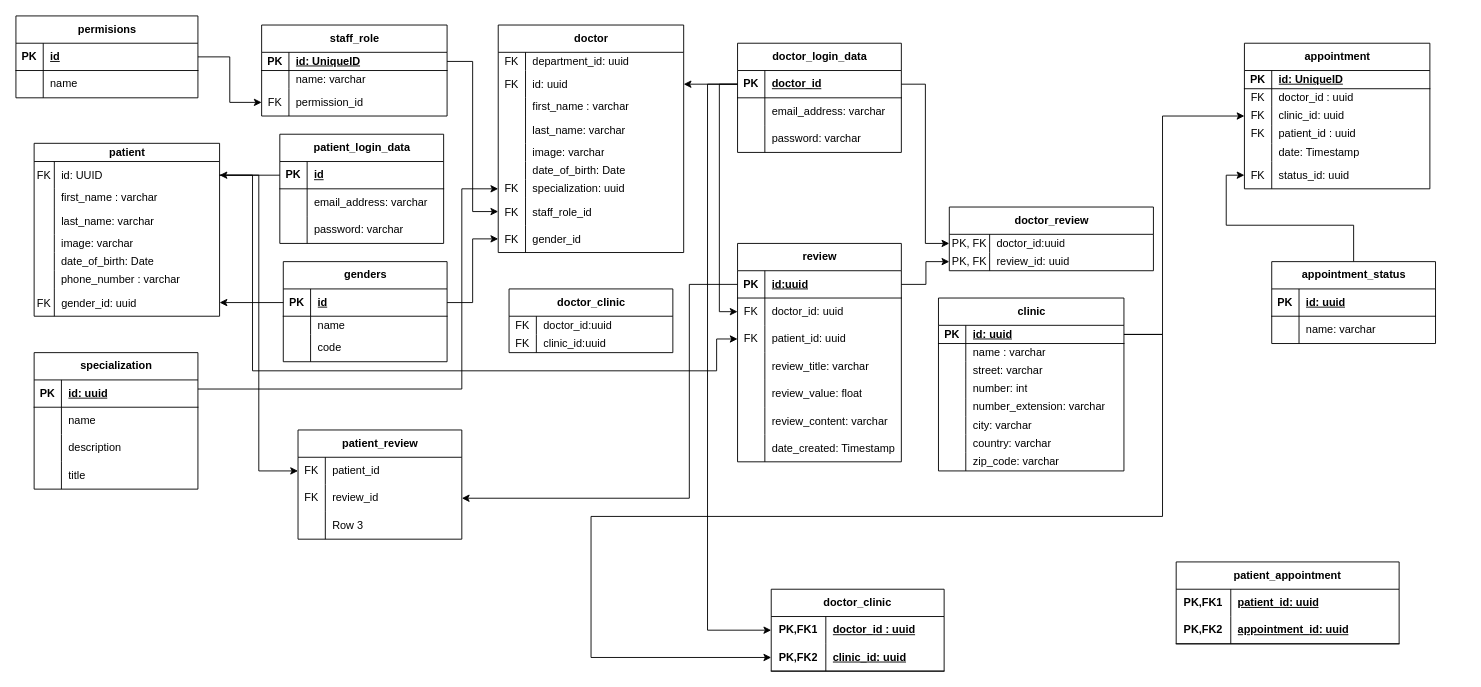
The draw.io diagram page "Page-1" (1 of 2) of SaudeAll_Database_new.drawio in Alexposh/SaudeAll, before the edit. Source tidied: cells renumbered, new cells numbered last; positions are measured from the earlier drawing's top-left corner, leaving out a move shared by most shapes. Both pictures are drawn from the tidied source at 91%, with x=0, y=0 at pixel (15, 15).
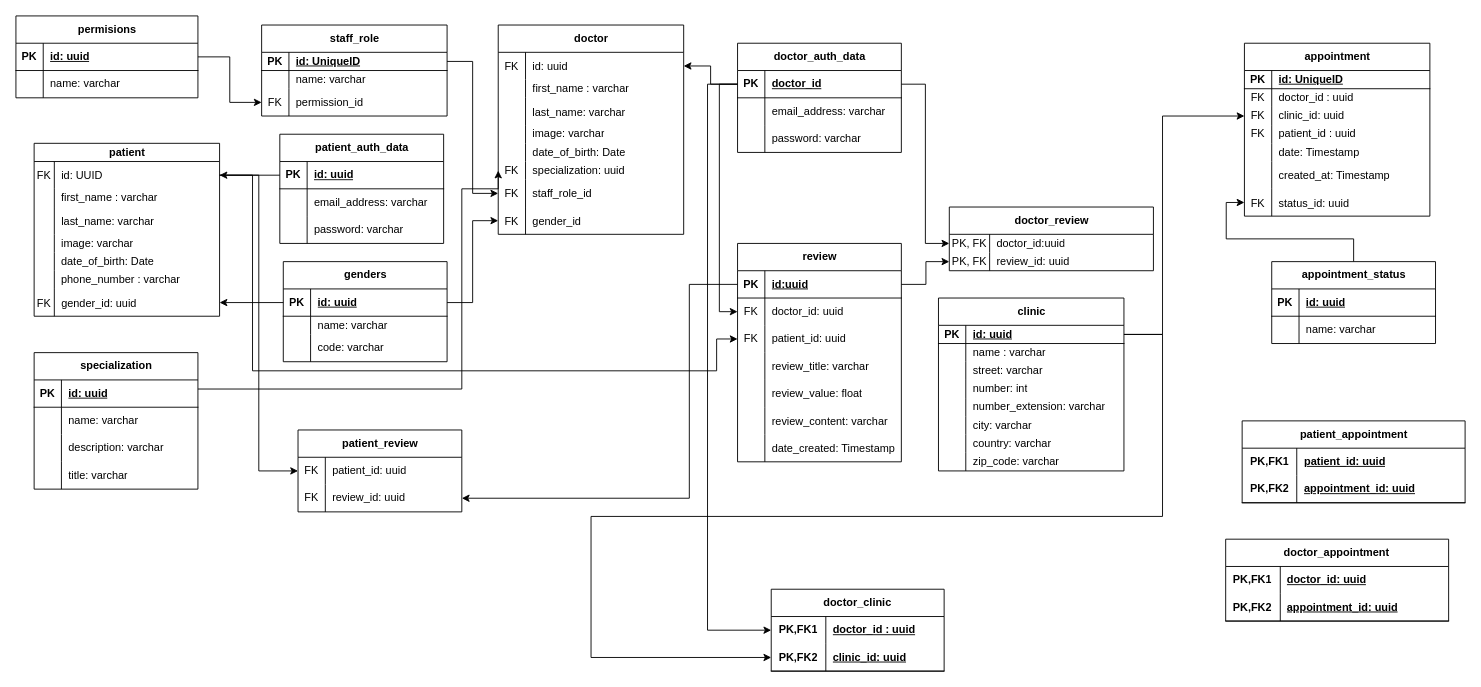
The same diagram, later.

Commit message:
database restructure

The change refers to these unchanged cells:
```xml
<mxCell id="94" style="shape=tableRow;horizontal=0;startSize=0;swimlaneHead=0;swimlaneBody=0;fillColor=none;points=[[0,0.5],[1,0.5]];portConstraint=eastwest;top=0;left=0;right=0;bottom=1;" parent="93" vertex="1">
  <mxGeometry y="30" width="200" height="30" as="geometry" />
</mxCell>
<mxCell id="97" style="shape=tableRow;horizontal=0;startSize=0;swimlaneHead=0;swimlaneBody=0;fillColor=none;top=0;left=0;right=0;bottom=0;" parent="93" vertex="1">
  <mxGeometry y="60" width="200" height="30" as="geometry" />
</mxCell>
<mxCell id="101" style="shape=tableRow;horizontal=0;startSize=0;swimlaneHead=0;swimlaneBody=0;fillColor=none;points=[[0,0.5],[1,0.5]];portConstraint=eastwest;top=0;left=0;right=0;bottom=1;" parent="100" vertex="1">
  <mxGeometry y="30" width="180" height="30" as="geometry" />
</mxCell>
<mxCell id="134" style="shape=tableRow;horizontal=0;startSize=0;swimlaneHead=0;swimlaneBody=0;fillColor=none;points=[[0,0.5],[1,0.5]];portConstraint=eastwest;top=0;left=0;right=0;bottom=1;" parent="133" vertex="1">
  <mxGeometry y="30" width="180" height="30" as="geometry" />
</mxCell>
<mxCell id="137" style="shape=tableRow;horizontal=0;startSize=0;swimlaneHead=0;swimlaneBody=0;fillColor=none;top=0;left=0;right=0;bottom=0;" parent="133" vertex="1">
  <mxGeometry y="60" width="180" height="20" as="geometry" />
</mxCell>
<mxCell id="140" style="shape=tableRow;horizontal=0;startSize=0;swimlaneHead=0;swimlaneBody=0;fillColor=none;top=0;left=0;right=0;bottom=0;" parent="133" vertex="1">
  <mxGeometry y="80" width="180" height="30" as="geometry" />
</mxCell>
<mxCell id="179" style="shape=tableRow;horizontal=0;startSize=0;swimlaneHead=0;swimlaneBody=0;fillColor=none;points=[[0,0.5],[1,0.5]];portConstraint=eastwest;top=0;left=0;right=0;bottom=0;" parent="178" vertex="1">
  <mxGeometry y="30" width="180" height="30" as="geometry" />
</mxCell>
<mxCell id="182" style="shape=tableRow;horizontal=0;startSize=0;swimlaneHead=0;swimlaneBody=0;fillColor=none;points=[[0,0.5],[1,0.5]];portConstraint=eastwest;top=0;left=0;right=0;bottom=0;" parent="178" vertex="1">
  <mxGeometry y="60" width="180" height="30" as="geometry" />
</mxCell>
<mxCell id="207" style="shape=tableRow;horizontal=0;startSize=0;swimlaneHead=0;swimlaneBody=0;fillColor=none;top=0;left=0;right=0;bottom=0;" parent="203" vertex="1">
  <mxGeometry y="60" width="180" height="30" as="geometry" />
</mxCell>
<mxCell id="210" style="shape=tableRow;horizontal=0;startSize=0;swimlaneHead=0;swimlaneBody=0;fillColor=none;top=0;left=0;right=0;bottom=0;" parent="203" vertex="1">
  <mxGeometry y="90" width="180" height="30" as="geometry" />
</mxCell>
<mxCell id="213" style="shape=tableRow;horizontal=0;startSize=0;swimlaneHead=0;swimlaneBody=0;fillColor=none;top=0;left=0;right=0;bottom=0;" parent="203" vertex="1">
  <mxGeometry y="120" width="180" height="30" as="geometry" />
</mxCell>
```

The edit, as a diff of the source:
```diff
@@
     <mxCell id="2" value="doctor" style="shape=table;startSize=30;childLayout=tableLayout;rowLines=0;fontStyle=1;align=center;html=1;spacing=2;" parent="1" vertex="1">
-      <mxGeometry x="530" y="10" width="203.8" height="250" as="geometry" />
+      <mxGeometry x="530" y="10" width="203.8" height="230" as="geometry" />
     </mxCell>
-    <mxCell id="3" style="shape=tableRow;horizontal=0;startSize=0;swimlaneHead=0;swimlaneBody=0;fillColor=none;top=0;left=0;right=0;bottom=0;spacing=2;" parent="2" vertex="1">
-      <mxGeometry y="30" width="203.8" height="20" as="geometry" />
-    </mxCell>
-    <mxCell id="4" value="FK" style="shape=partialRectangle;fillColor=none;top=0;left=0;bottom=0;right=0;overflow=hidden;whiteSpace=wrap;html=1;spacing=2;" parent="3" vertex="1">
-      <mxGeometry width="30" height="20" as="geometry" />
-    </mxCell>
-    <mxCell id="5" value="department_id: uuid" style="shape=partialRectangle;fillColor=none;top=0;left=0;bottom=0;right=0;align=left;spacingLeft=6;overflow=hidden;whiteSpace=wrap;html=1;spacing=2;" parent="3" vertex="1">
-      <mxGeometry x="30" width="173.8" height="20" as="geometry" />
-    </mxCell>
     <mxCell id="6" style="shape=tableRow;horizontal=0;startSize=0;swimlaneHead=0;swimlaneBody=0;fillColor=none;points=[[0,0.5],[1,0.5]];portConstraint=eastwest;top=0;left=0;right=0;bottom=0;" parent="2" vertex="1">
-      <mxGeometry y="50" width="203.8" height="30" as="geometry" />
+      <mxGeometry y="30" width="203.8" height="30" as="geometry" />
     </mxCell>
@@
     <mxCell id="9" style="shape=tableRow;horizontal=0;startSize=0;swimlaneHead=0;swimlaneBody=0;fillColor=none;top=0;left=0;right=0;bottom=0;spacing=2;" parent="2" vertex="1">
-      <mxGeometry y="80" width="203.8" height="20" as="geometry" />
+      <mxGeometry y="60" width="203.8" height="20" as="geometry" />
     </mxCell>
@@
     <mxCell id="12" style="shape=tableRow;horizontal=0;startSize=0;swimlaneHead=0;swimlaneBody=0;fillColor=none;top=0;left=0;right=0;bottom=0;" parent="2" vertex="1">
-      <mxGeometry y="100" width="203.8" height="30" as="geometry" />
+      <mxGeometry y="80" width="203.8" height="30" as="geometry" />
     </mxCell>
@@
     <mxCell id="15" style="shape=tableRow;horizontal=0;startSize=0;swimlaneHead=0;swimlaneBody=0;fillColor=none;top=0;left=0;right=0;bottom=0;spacing=2;" parent="2" vertex="1">
-      <mxGeometry y="130" width="203.8" height="20" as="geometry" />
+      <mxGeometry y="110" width="203.8" height="20" as="geometry" />
     </mxCell>
@@
     <mxCell id="18" style="shape=tableRow;horizontal=0;startSize=0;swimlaneHead=0;swimlaneBody=0;fillColor=none;top=0;left=0;right=0;bottom=0;spacing=2;" parent="2" vertex="1">
-      <mxGeometry y="150" width="203.8" height="20" as="geometry" />
+      <mxGeometry y="130" width="203.8" height="20" as="geometry" />
     </mxCell>
@@
     <mxCell id="21" style="shape=tableRow;horizontal=0;startSize=0;swimlaneHead=0;swimlaneBody=0;fillColor=none;points=[[0,0.5],[1,0.5]];portConstraint=eastwest;top=0;left=0;right=0;bottom=0;spacing=2;" parent="2" vertex="1">
-      <mxGeometry y="170" width="203.8" height="20" as="geometry" />
+      <mxGeometry y="150" width="203.8" height="20" as="geometry" />
     </mxCell>
@@
     <mxCell id="24" style="shape=tableRow;horizontal=0;startSize=0;swimlaneHead=0;swimlaneBody=0;fillColor=none;points=[[0,0.5],[1,0.5]];portConstraint=eastwest;top=0;left=0;right=0;bottom=0;" parent="2" vertex="1">
-      <mxGeometry y="190" width="203.8" height="30" as="geometry" />
+      <mxGeometry y="170" width="203.8" height="30" as="geometry" />
     </mxCell>
@@
     <mxCell id="27" style="shape=tableRow;horizontal=0;startSize=0;swimlaneHead=0;swimlaneBody=0;fillColor=none;points=[[0,0.5],[1,0.5]];portConstraint=eastwest;top=0;left=0;right=0;bottom=0;" parent="2" vertex="1">
-      <mxGeometry y="220" width="203.8" height="30" as="geometry" />
+      <mxGeometry y="200" width="203.8" height="30" as="geometry" />
     </mxCell>
@@
     <mxCell id="30" value="appointment" style="shape=table;startSize=30;childLayout=tableLayout;rowLines=0;fontStyle=1;align=center;html=1;spacing=2;" parent="1" vertex="1">
-      <mxGeometry x="1350" y="30" width="203.8" height="160" as="geometry" />
+      <mxGeometry x="1350" y="30" width="203.8" height="190" as="geometry" />
     </mxCell>
@@
+    <mxCell id="242" style="shape=tableRow;horizontal=0;startSize=0;swimlaneHead=0;swimlaneBody=0;fillColor=none;top=0;left=0;right=0;bottom=0;" parent="30" vertex="1">
+      <mxGeometry y="130" width="203.8" height="30" as="geometry" />
+    </mxCell>
+    <mxCell id="243" style="shape=partialRectangle;fillColor=none;top=0;left=0;bottom=0;right=0;overflow=hidden;" parent="242" vertex="1">
+      <mxGeometry width="30" height="30" as="geometry" />
+    </mxCell>
+    <mxCell id="244" value="created_at: Timestamp" style="shape=partialRectangle;fillColor=none;top=0;left=0;bottom=0;right=0;align=left;spacingLeft=6;overflow=hidden;" parent="242" vertex="1">
+      <mxGeometry x="30" width="173.8" height="30" as="geometry" />
+    </mxCell>
     <mxCell id="46" style="shape=tableRow;horizontal=0;startSize=0;swimlaneHead=0;swimlaneBody=0;fillColor=none;points=[[0,0.5],[1,0.5]];portConstraint=eastwest;top=0;left=0;right=0;bottom=0;" parent="30" vertex="1">
-      <mxGeometry y="130" width="203.8" height="30" as="geometry" />
+      <mxGeometry y="160" width="203.8" height="30" as="geometry" />
     </mxCell>
@@
-    <mxCell id="84" value="doctor_clinic" style="shape=table;startSize=30;childLayout=tableLayout;rowLines=0;fontStyle=1;align=center;html=1;spacing=2;" parent="1" vertex="1">
-      <mxGeometry x="541.9" y="300" width="180" height="70" as="geometry" />
-    </mxCell>
-    <mxCell id="85" style="shape=tableRow;horizontal=0;startSize=0;swimlaneHead=0;swimlaneBody=0;fillColor=none;top=0;left=0;right=0;bottom=0;spacing=2;" parent="84" vertex="1">
-      <mxGeometry y="30" width="180" height="20" as="geometry" />
-    </mxCell>
-    <mxCell id="86" value="FK" style="shape=partialRectangle;fillColor=none;top=0;left=0;bottom=0;right=0;overflow=hidden;whiteSpace=wrap;html=1;spacing=2;" parent="85" vertex="1">
-      <mxGeometry width="30" height="20" as="geometry" />
-    </mxCell>
-    <mxCell id="87" value="doctor_id:uuid" style="shape=partialRectangle;fillColor=none;top=0;left=0;bottom=0;right=0;align=left;spacingLeft=6;overflow=hidden;whiteSpace=wrap;html=1;spacing=2;" parent="85" vertex="1">
-      <mxGeometry x="30" width="150" height="20" as="geometry" />
-    </mxCell>
-    <mxCell id="88" style="shape=tableRow;horizontal=0;startSize=0;swimlaneHead=0;swimlaneBody=0;fillColor=none;top=0;left=0;right=0;bottom=0;spacing=2;" parent="84" vertex="1">
-      <mxGeometry y="50" width="180" height="20" as="geometry" />
-    </mxCell>
-    <mxCell id="89" value="FK" style="shape=partialRectangle;fillColor=none;top=0;left=0;bottom=0;right=0;overflow=hidden;whiteSpace=wrap;html=1;spacing=2;" parent="88" vertex="1">
-      <mxGeometry width="30" height="20" as="geometry" />
-    </mxCell>
-    <mxCell id="90" value="clinic_id:uuid" style="shape=partialRectangle;fillColor=none;top=0;left=0;bottom=0;right=0;align=left;spacingLeft=6;overflow=hidden;whiteSpace=wrap;html=1;spacing=2;" parent="88" vertex="1">
-      <mxGeometry x="30" width="150" height="20" as="geometry" />
-    </mxCell>
@@
-    <mxCell id="96" value="id" style="shape=partialRectangle;fillColor=none;top=0;left=0;bottom=0;right=0;align=left;spacingLeft=6;fontStyle=5;overflow=hidden;whiteSpace=wrap;html=1;" parent="94" vertex="1">
+    <mxCell id="96" value="id: uuid" style="shape=partialRectangle;fillColor=none;top=0;left=0;bottom=0;right=0;align=left;spacingLeft=6;fontStyle=5;overflow=hidden;whiteSpace=wrap;html=1;" parent="94" vertex="1">
       <mxGeometry x="30" width="170" height="30" as="geometry" />
     </mxCell>
@@
-    <mxCell id="99" value="name" style="shape=partialRectangle;fillColor=none;top=0;left=0;bottom=0;right=0;align=left;spacingLeft=6;overflow=hidden;whiteSpace=wrap;html=1;" parent="97" vertex="1">
+    <mxCell id="99" value="name: varchar" style="shape=partialRectangle;fillColor=none;top=0;left=0;bottom=0;right=0;align=left;spacingLeft=6;overflow=hidden;whiteSpace=wrap;html=1;" parent="97" vertex="1">
       <mxGeometry x="30" width="170" height="30" as="geometry" />
     </mxCell>
-    <mxCell id="100" value="patient_login_data" style="shape=table;startSize=30;childLayout=tableLayout;rowLines=0;fontStyle=1;align=center;html=1;" parent="1" vertex="1">
+    <mxCell id="100" value="patient_auth_data" style="shape=table;startSize=30;childLayout=tableLayout;rowLines=0;fontStyle=1;align=center;html=1;" parent="1" vertex="1">
       <mxGeometry x="290" y="130" width="180" height="120" as="geometry" />
     </mxCell>
@@
-    <mxCell id="103" value="id" style="shape=partialRectangle;fillColor=none;top=0;left=0;bottom=0;right=0;align=left;spacingLeft=6;fontStyle=5;overflow=hidden;whiteSpace=wrap;html=1;" parent="101" vertex="1">
+    <mxCell id="103" value="id: uuid" style="shape=partialRectangle;fillColor=none;top=0;left=0;bottom=0;right=0;align=left;spacingLeft=6;fontStyle=5;overflow=hidden;whiteSpace=wrap;html=1;" parent="101" vertex="1">
       <mxGeometry x="30" width="150" height="30" as="geometry" />
     </mxCell>
@@
-    <mxCell id="136" value="id" style="shape=partialRectangle;fillColor=none;top=0;left=0;bottom=0;right=0;align=left;spacingLeft=6;fontStyle=5;overflow=hidden;whiteSpace=wrap;html=1;" parent="134" vertex="1">
+    <mxCell id="136" value="id: uuid" style="shape=partialRectangle;fillColor=none;top=0;left=0;bottom=0;right=0;align=left;spacingLeft=6;fontStyle=5;overflow=hidden;whiteSpace=wrap;html=1;" parent="134" vertex="1">
       <mxGeometry x="30" width="150" height="30" as="geometry" />
     </mxCell>
@@
-    <mxCell id="139" value="name" style="shape=partialRectangle;fillColor=none;top=0;left=0;bottom=0;right=0;align=left;spacingLeft=6;overflow=hidden;whiteSpace=wrap;html=1;" parent="137" vertex="1">
+    <mxCell id="139" value="name: varchar" style="shape=partialRectangle;fillColor=none;top=0;left=0;bottom=0;right=0;align=left;spacingLeft=6;overflow=hidden;whiteSpace=wrap;html=1;" parent="137" vertex="1">
       <mxGeometry x="30" width="150" height="20" as="geometry" />
     </mxCell>
@@
-    <mxCell id="142" value="code" style="shape=partialRectangle;fillColor=none;top=0;left=0;bottom=0;right=0;align=left;spacingLeft=6;overflow=hidden;whiteSpace=wrap;html=1;" parent="140" vertex="1">
+    <mxCell id="142" value="code: varchar" style="shape=partialRectangle;fillColor=none;top=0;left=0;bottom=0;right=0;align=left;spacingLeft=6;overflow=hidden;whiteSpace=wrap;html=1;" parent="140" vertex="1">
       <mxGeometry x="30" width="150" height="30" as="geometry" />
     </mxCell>
@@
-    <mxCell id="144" value="doctor_login_data" style="shape=table;startSize=30;childLayout=tableLayout;rowLines=0;fontStyle=1;align=center;html=1;" parent="1" vertex="1">
+    <mxCell id="144" value="doctor_auth_data" style="shape=table;startSize=30;childLayout=tableLayout;rowLines=0;fontStyle=1;align=center;html=1;" parent="1" vertex="1">
       <mxGeometry x="793" y="30" width="180" height="120" as="geometry" />
     </mxCell>
@@
     <mxCell id="178" value="patient_review" style="shape=table;startSize=30;childLayout=tableLayout;rowLines=0;fontStyle=1;align=center;html=1;" parent="1" vertex="1">
-      <mxGeometry x="310" y="455" width="180" height="120" as="geometry" />
+      <mxGeometry x="310" y="455" width="180" height="90" as="geometry" />
     </mxCell>
@@
-    <mxCell id="181" value="patient_id" style="shape=partialRectangle;fillColor=none;top=0;left=0;bottom=0;right=0;align=left;spacingLeft=6;overflow=hidden;whiteSpace=wrap;html=1;" parent="179" vertex="1">
+    <mxCell id="181" value="patient_id: uuid" style="shape=partialRectangle;fillColor=none;top=0;left=0;bottom=0;right=0;align=left;spacingLeft=6;overflow=hidden;whiteSpace=wrap;html=1;" parent="179" vertex="1">
       <mxGeometry x="30" width="150" height="30" as="geometry" />
     </mxCell>
@@
-    <mxCell id="184" value="review_id" style="shape=partialRectangle;fillColor=none;top=0;left=0;bottom=0;right=0;align=left;spacingLeft=6;overflow=hidden;whiteSpace=wrap;html=1;" parent="182" vertex="1">
+    <mxCell id="184" value="review_id: uuid" style="shape=partialRectangle;fillColor=none;top=0;left=0;bottom=0;right=0;align=left;spacingLeft=6;overflow=hidden;whiteSpace=wrap;html=1;" parent="182" vertex="1">
       <mxGeometry x="30" width="150" height="30" as="geometry" />
     </mxCell>
-    <mxCell id="185" style="shape=tableRow;horizontal=0;startSize=0;swimlaneHead=0;swimlaneBody=0;fillColor=none;top=0;left=0;right=0;bottom=0;" parent="178" vertex="1">
-      <mxGeometry y="90" width="180" height="30" as="geometry" />
-    </mxCell>
-    <mxCell id="186" style="shape=partialRectangle;fillColor=none;top=0;left=0;bottom=0;right=0;overflow=hidden;whiteSpace=wrap;html=1;" parent="185" vertex="1">
-      <mxGeometry width="30" height="30" as="geometry" />
-    </mxCell>
-    <mxCell id="187" value="Row 3" style="shape=partialRectangle;fillColor=none;top=0;left=0;bottom=0;right=0;align=left;spacingLeft=6;overflow=hidden;whiteSpace=wrap;html=1;" parent="185" vertex="1">
-      <mxGeometry x="30" width="150" height="30" as="geometry" />
-    </mxCell>
@@
-    <mxCell id="209" value="name" style="shape=partialRectangle;fillColor=none;top=0;left=0;bottom=0;right=0;align=left;spacingLeft=6;overflow=hidden;whiteSpace=wrap;html=1;" parent="207" vertex="1">
+    <mxCell id="209" value="name: varchar" style="shape=partialRectangle;fillColor=none;top=0;left=0;bottom=0;right=0;align=left;spacingLeft=6;overflow=hidden;whiteSpace=wrap;html=1;" parent="207" vertex="1">
       <mxGeometry x="30" width="150" height="30" as="geometry" />
     </mxCell>
@@
-    <mxCell id="212" value="description" style="shape=partialRectangle;fillColor=none;top=0;left=0;bottom=0;right=0;align=left;spacingLeft=6;overflow=hidden;whiteSpace=wrap;html=1;" parent="210" vertex="1">
+    <mxCell id="212" value="description: varchar" style="shape=partialRectangle;fillColor=none;top=0;left=0;bottom=0;right=0;align=left;spacingLeft=6;overflow=hidden;whiteSpace=wrap;html=1;" parent="210" vertex="1">
       <mxGeometry x="30" width="150" height="30" as="geometry" />
     </mxCell>
@@
-    <mxCell id="215" value="title" style="shape=partialRectangle;fillColor=none;top=0;left=0;bottom=0;right=0;align=left;spacingLeft=6;overflow=hidden;whiteSpace=wrap;html=1;" parent="213" vertex="1">
+    <mxCell id="215" value="title: varchar" style="shape=partialRectangle;fillColor=none;top=0;left=0;bottom=0;right=0;align=left;spacingLeft=6;overflow=hidden;whiteSpace=wrap;html=1;" parent="213" vertex="1">
       <mxGeometry x="30" width="150" height="30" as="geometry" />
     </mxCell>
@@
     <mxCell id="235" value="patient_appointment" style="shape=table;startSize=30;childLayout=tableLayout;rowLines=0;fontStyle=1;align=center;html=1;whiteSpace=wrap;" parent="1" vertex="1">
-      <mxGeometry x="1275" y="600" width="245" height="90" as="geometry" />
+      <mxGeometry x="1347.5" y="445" width="245" height="90" as="geometry" />
     </mxCell>
@@
+    <mxCell id="245" value="doctor_appointment" style="shape=table;startSize=30;childLayout=tableLayout;rowLines=0;fontStyle=1;align=center;html=1;whiteSpace=wrap;" parent="1" vertex="1">
+      <mxGeometry x="1329.4" y="575" width="245" height="90" as="geometry" />
+    </mxCell>
+    <mxCell id="246" style="shape=tableRow;horizontal=0;startSize=0;swimlaneHead=0;swimlaneBody=0;fillColor=none;top=0;left=0;right=0;bottom=0;html=1;" parent="245" vertex="1">
+      <mxGeometry y="30" width="245" height="30" as="geometry" />
+    </mxCell>
+    <mxCell id="247" value="PK,FK1" style="shape=partialRectangle;fillColor=none;top=0;left=0;bottom=0;right=0;fontStyle=1;overflow=hidden;html=1;whiteSpace=wrap;" parent="246" vertex="1">
+      <mxGeometry width="60" height="30" as="geometry" />
+    </mxCell>
+    <mxCell id="248" value="doctor_id: uuid" style="shape=partialRectangle;fillColor=none;top=0;left=0;bottom=0;right=0;align=left;spacingLeft=6;fontStyle=5;overflow=hidden;html=1;whiteSpace=wrap;" parent="246" vertex="1">
+      <mxGeometry x="60" width="185" height="30" as="geometry" />
+    </mxCell>
+    <mxCell id="249" style="shape=tableRow;horizontal=0;startSize=0;swimlaneHead=0;swimlaneBody=0;fillColor=none;top=0;left=0;right=0;bottom=1;html=1;" parent="245" vertex="1">
+      <mxGeometry y="60" width="245" height="30" as="geometry" />
+    </mxCell>
+    <mxCell id="250" value="PK,FK2" style="shape=partialRectangle;fillColor=none;top=0;left=0;bottom=0;right=0;fontStyle=1;overflow=hidden;html=1;whiteSpace=wrap;" parent="249" vertex="1">
+      <mxGeometry width="60" height="30" as="geometry" />
+    </mxCell>
+    <mxCell id="251" value="appointment_id: uuid" style="shape=partialRectangle;fillColor=none;top=0;left=0;bottom=0;right=0;align=left;spacingLeft=6;fontStyle=5;overflow=hidden;html=1;whiteSpace=wrap;" parent="249" vertex="1">
+      <mxGeometry x="60" width="185" height="30" as="geometry" />
+    </mxCell>
```
